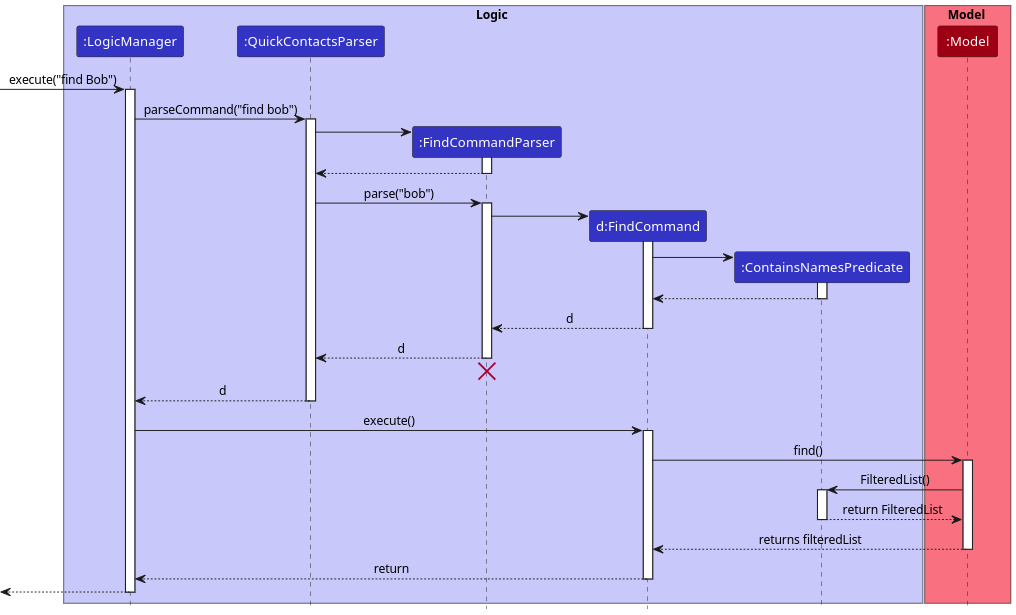
The PlantUML diagram docs/images/FindSequenceDiagram.png in nus-cs2103-AY2223S2/tp, before a commit. Its source is kept beside it as docs/diagrams/FindSequenceDiagram.puml.
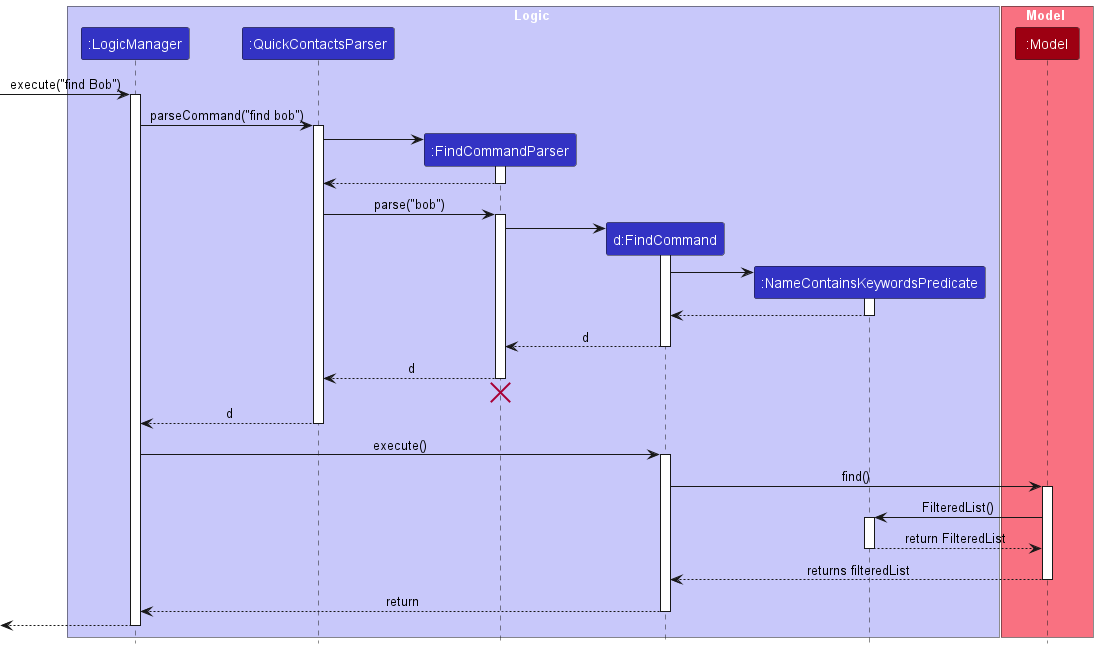
Above is the later version.

Commit message:
Update FindCommand section in DG

The edit, as a diff of the source:
```diff
@@ -6,17 +6,17 @@
 participant ":QuickContactsParser" as QuickContactsParser LOGIC_COLOR
 participant ":FindCommandParser" as FindCommandParser LOGIC_COLOR
 participant "d:FindCommand" as FindCommand LOGIC_COLOR
-participant ":ContainsNamesPredicate" as ContainsNamesPredicate LOGIC_COLOR
+participant ":NameContainsKeywordsPredicate" as NameContainsKeywordsPredicate LOGIC_COLOR
 end box
 
 box Model MODEL_COLOR_T1
 participant ":Model" as Model MODEL_COLOR
 end box
 
-[-> LogicManager : execute("find n/Bob")
+[-> LogicManager : execute("find Bob")
 activate LogicManager
 
-LogicManager -> QuickContactsParser : parseCommand("find n/bob")
+LogicManager -> QuickContactsParser : parseCommand("find bob")
 activate QuickContactsParser
 
 create FindCommandParser
@@ -26,18 +26,18 @@
 FindCommandParser --> QuickContactsParser
 deactivate FindCommandParser
 
-QuickContactsParser -> FindCommandParser : parse("n/bob")
+QuickContactsParser -> FindCommandParser : parse("bob")
 activate FindCommandParser
 
 create FindCommand
 FindCommandParser -> FindCommand
 activate FindCommand
-create ContainsNamesPredicate
+create NameContainsKeywordsPredicate
 
-FindCommand -> ContainsNamesPredicate
-activate ContainsNamesPredicate
-ContainsNamesPredicate --> FindCommand
-deactivate ContainsNamesPredicate
+FindCommand -> NameContainsKeywordsPredicate
+activate NameContainsKeywordsPredicate
+NameContainsKeywordsPredicate --> FindCommand
+deactivate NameContainsKeywordsPredicate
 
 FindCommand --> FindCommandParser : d
 deactivate FindCommand
@@ -54,10 +54,10 @@
 activate FindCommand
 FindCommand -> Model : find()
 activate Model
-Model -> ContainsNamesPredicate: FilteredList()
-activate ContainsNamesPredicate
-ContainsNamesPredicate --> Model: return FilteredList
-deactivate ContainsNamesPredicate
+Model -> NameContainsKeywordsPredicate: FilteredList()
+activate NameContainsKeywordsPredicate
+NameContainsKeywordsPredicate --> Model: return FilteredList
+deactivate NameContainsKeywordsPredicate
 
 Model --> FindCommand: returns filteredList
 deactivate Model
```
